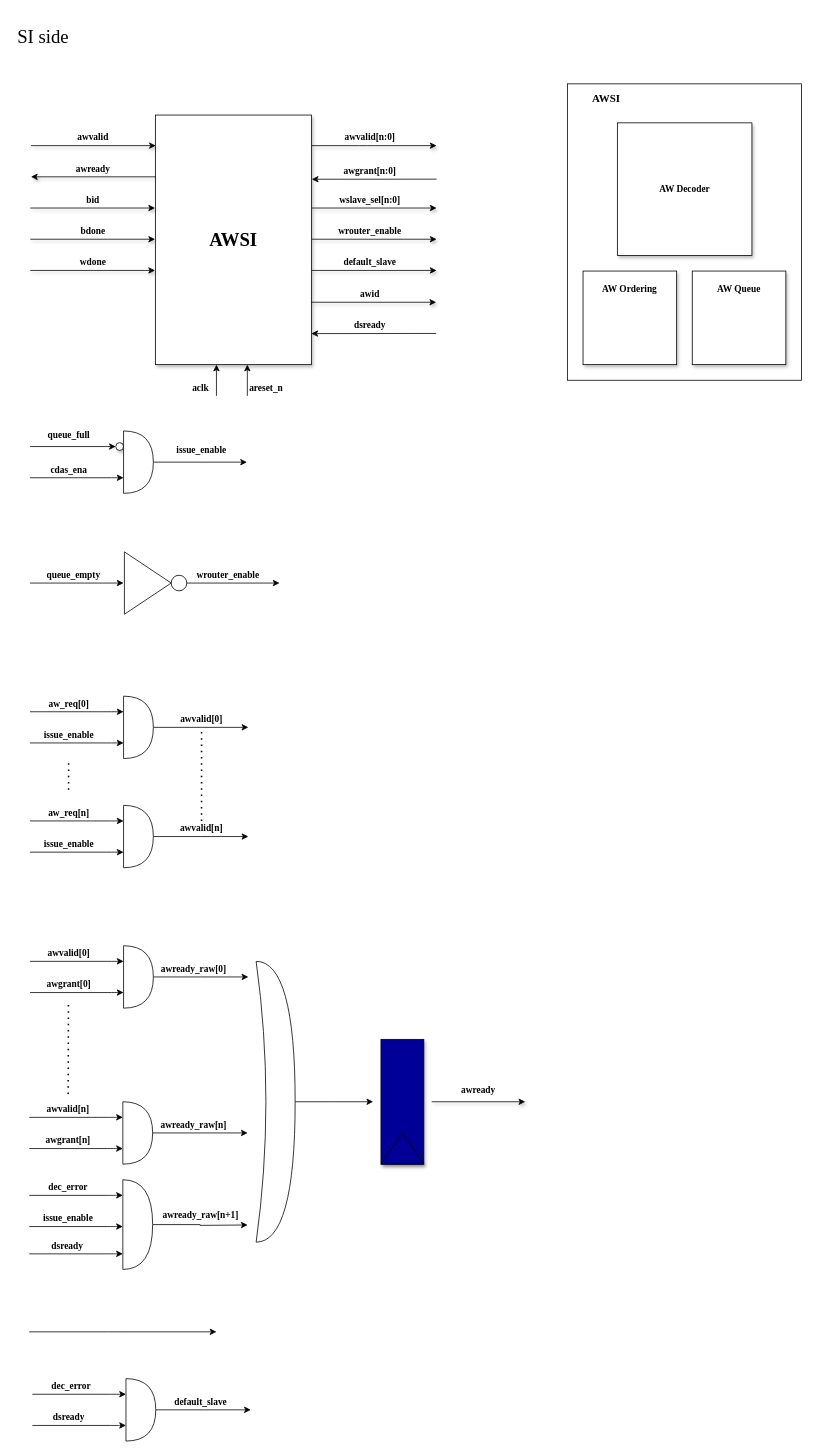
nguyenquanicd/VG_RTL keeps this draw.io diagram as page "AWSI" (5 of 14) of VG_AxiBus/Doc/axi4_ver0.2.drawio. Above is the earlier version. Source tidied: cells renumbered, new cells numbered last; positions are measured from the earlier drawing's top-left corner, leaving out a move shared by most shapes. Both pictures are drawn from the tidied source at 78%, with x=0, y=0 at pixel (13, 21).
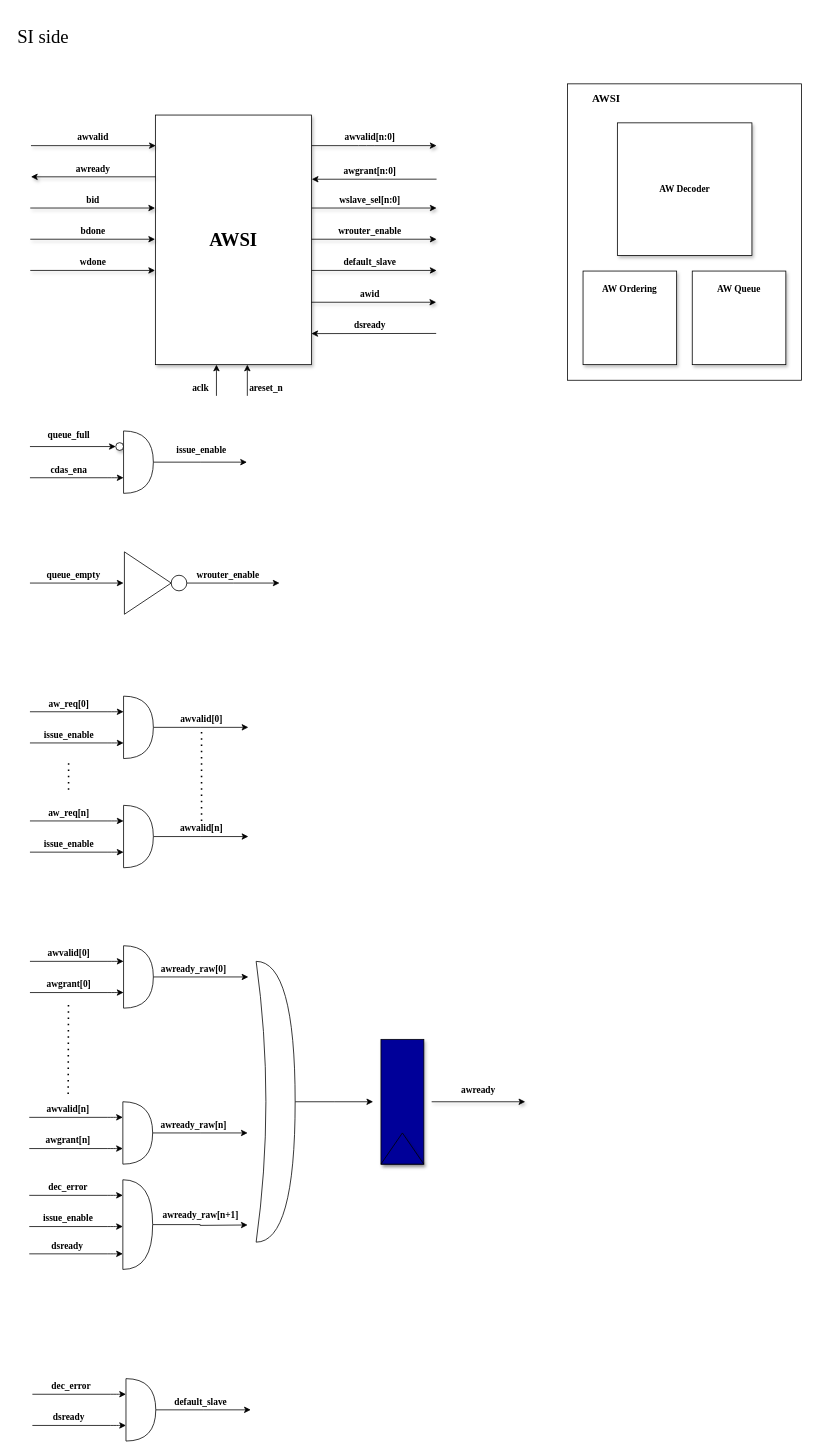
Above is the later version.

What changed in the source:
```diff
@@
-    <mxCell id="90" style="endArrow=classic;html=1;" parent="1" edge="1">
-      <mxGeometry relative="1" as="geometry">
-        <mxPoint x="20" y="1680" as="sourcePoint" />
-        <mxPoint x="260" y="1680" as="targetPoint" />
-        <Array as="points">
-          <mxPoint x="130" y="1680" />
-        </Array>
-      </mxGeometry>
-    </mxCell>
```
